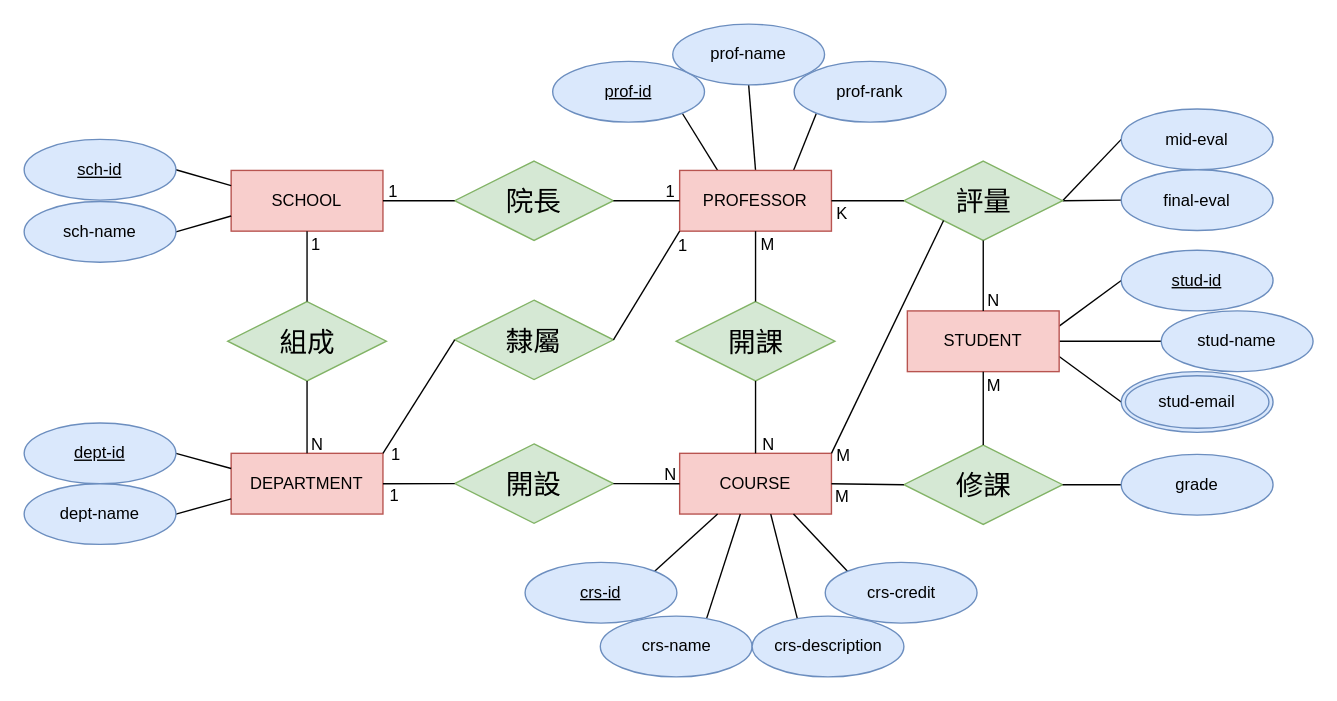
Before: page "校務教務資料庫3" (6 of 6) of HW1/HW1.drawio in alicejimmy/2022-Bioinformatics-and-Medical-Databases-HW, a draw.io diagram. Source tidied: cells renumbered, new cells numbered last; positions are measured from the earlier drawing's top-left corner, leaving out a move shared by most shapes. Both pictures are drawn from the tidied source at 138%, with x=0, y=0 at pixel (23, 23).
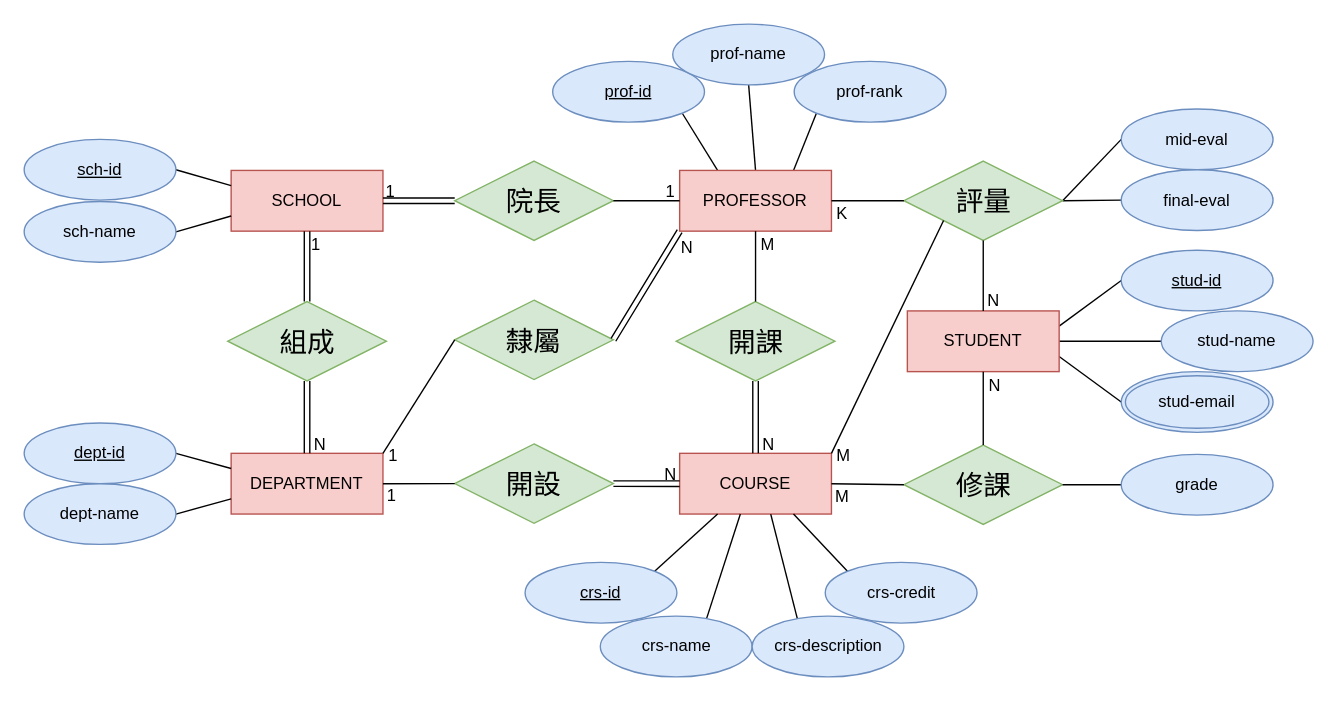
The same diagram, later.

Unchanged cells that the change refers to:
```xml
<mxCell id="2" value="SCHOOL" style="whiteSpace=wrap;html=1;align=center;fillColor=#f8cecc;strokeColor=#b85450;" parent="1" vertex="1">
  <mxGeometry x="150" y="106" width="110" height="44" as="geometry" />
</mxCell>
<mxCell id="7" value="DEPARTMENT" style="whiteSpace=wrap;html=1;align=center;fillColor=#f8cecc;strokeColor=#b85450;" parent="1" vertex="1">
  <mxGeometry x="150" y="311" width="110" height="44" as="geometry" />
</mxCell>
<mxCell id="12" value="COURSE" style="whiteSpace=wrap;html=1;align=center;fillColor=#f8cecc;strokeColor=#b85450;points=[[0,0,0,0,0],[0,0.25,0,0,0],[0,0.5,0,0,0],[0,0.75,0,0,0],[0,1,0,0,0],[0.25,0,0,0,0],[0.25,1,0,0,0],[0.4,1,0,0,0],[0.5,0,0,0,0],[0.5,1,0,0,0],[0.6,1,0,0,0],[0.75,0,0,0,0],[0.75,1,0,0,0],[1,0,0,0,0],[1,0.25,0,0,0],[1,0.5,0,0,0],[1,0.75,0,0,0],[1,1,0,0,0]];" parent="1" vertex="1">
  <mxGeometry x="475" y="311" width="110" height="44" as="geometry" />
</mxCell>
<mxCell id="23" value="PROFESSOR" style="whiteSpace=wrap;html=1;align=center;fillColor=#f8cecc;strokeColor=#b85450;" parent="1" vertex="1">
  <mxGeometry x="475" y="106" width="110" height="44" as="geometry" />
</mxCell>
<mxCell id="27" value="組成" style="shape=rhombus;perimeter=rhombusPerimeter;whiteSpace=wrap;html=1;align=center;shadow=0;labelBackgroundColor=none;sketch=0;fontSize=20;fillColor=#d5e8d4;strokeColor=#82b366;" parent="1" vertex="1">
  <mxGeometry x="147.5" y="201" width="115" height="57.5" as="geometry" />
</mxCell>
<mxCell id="32" value="開設" style="shape=rhombus;perimeter=rhombusPerimeter;whiteSpace=wrap;html=1;align=center;shadow=0;labelBackgroundColor=none;sketch=0;fontSize=20;fillColor=#d5e8d4;strokeColor=#82b366;" parent="1" vertex="1">
  <mxGeometry x="312" y="304.2" width="115" height="57.5" as="geometry" />
</mxCell>
<mxCell id="33" style="endArrow=none;html=1;rounded=0;exitX=0;exitY=0.5;exitDx=0;exitDy=0;entryX=1;entryY=0.5;entryDx=0;entryDy=0;" parent="1" edge="1" source="32" target="7">
  <mxGeometry relative="1" as="geometry" />
</mxCell>
<mxCell id="37" value="開課" style="shape=rhombus;perimeter=rhombusPerimeter;whiteSpace=wrap;html=1;align=center;shadow=0;labelBackgroundColor=none;sketch=0;fontSize=20;fillColor=#d5e8d4;strokeColor=#82b366;" parent="1" vertex="1">
  <mxGeometry x="472.5" y="201" width="115" height="57.5" as="geometry" />
</mxCell>
<mxCell id="49" value="院長" style="shape=rhombus;perimeter=rhombusPerimeter;whiteSpace=wrap;html=1;align=center;shadow=0;labelBackgroundColor=none;sketch=0;fontSize=20;fillColor=#d5e8d4;strokeColor=#82b366;" parent="1" vertex="1">
  <mxGeometry x="312" y="99.2" width="115" height="57.5" as="geometry" />
</mxCell>
<mxCell id="62" value="隸屬" style="shape=rhombus;perimeter=rhombusPerimeter;whiteSpace=wrap;html=1;align=center;shadow=0;labelBackgroundColor=none;sketch=0;fontSize=20;fillColor=#d5e8d4;strokeColor=#82b366;" parent="1" vertex="1">
  <mxGeometry x="312" y="200" width="115" height="57.5" as="geometry" />
</mxCell>
<mxCell id="72" style="endArrow=none;html=1;rounded=0;exitX=0.5;exitY=0;exitDx=0;exitDy=0;entryX=0.5;entryY=1;entryDx=0;entryDy=0;exitPerimeter=0;" parent="1" edge="1" source="42" target="16">
  <mxGeometry relative="1" as="geometry" />
</mxCell>
```

Diff of the diagram source:
```diff
@@
-    <mxCell id="28" style="endArrow=none;html=1;rounded=0;exitX=0.5;exitY=0;exitDx=0;exitDy=0;entryX=0.5;entryY=1;entryDx=0;entryDy=0;" parent="1" edge="1" source="27" target="2">
+    <mxCell id="28" style="endArrow=none;html=1;rounded=0;exitX=0.5;exitY=0;exitDx=0;exitDy=0;entryX=0.5;entryY=1;entryDx=0;entryDy=0;shape=link;" parent="1" edge="1" source="27" target="2">
       <mxGeometry relative="1" as="geometry" />
     </mxCell>
@@
-    <mxCell id="30" style="endArrow=none;html=1;rounded=0;exitX=0.5;exitY=1;exitDx=0;exitDy=0;entryX=0.5;entryY=0;entryDx=0;entryDy=0;" parent="1" edge="1" source="27" target="7">
+    <mxCell id="30" style="endArrow=none;html=1;rounded=0;exitX=0.5;exitY=1;exitDx=0;exitDy=0;entryX=0.5;entryY=0;entryDx=0;entryDy=0;shape=link;" parent="1" edge="1" source="27" target="7">
       <mxGeometry relative="1" as="geometry" />
     </mxCell>
     <mxCell id="31" value="N" style="html=1;align=right;verticalAlign=bottom;" parent="30" vertex="1">
       <mxGeometry x="1" relative="1" as="geometry">
-        <mxPoint x="12" y="1" as="offset" />
+        <mxPoint x="14" y="1" as="offset" />
       </mxGeometry>
     </mxCell>
@@
     <mxCell id="34" value="1" style="html=1;align=right;verticalAlign=bottom;" parent="33" vertex="1">
       <mxGeometry x="1" relative="1" as="geometry">
-        <mxPoint x="12" y="17" as="offset" />
+        <mxPoint x="10" y="17" as="offset" />
       </mxGeometry>
     </mxCell>
-    <mxCell id="35" style="endArrow=none;html=1;rounded=0;exitX=1;exitY=0.5;exitDx=0;exitDy=0;entryX=0;entryY=0.5;entryDx=0;entryDy=0;" parent="1" edge="1" source="32" target="12">
+    <mxCell id="35" style="endArrow=none;html=1;rounded=0;exitX=1;exitY=0.5;exitDx=0;exitDy=0;entryX=0;entryY=0.5;entryDx=0;entryDy=0;shape=link;" parent="1" edge="1" source="32" target="12">
       <mxGeometry relative="1" as="geometry" />
     </mxCell>
@@
-    <mxCell id="38" style="endArrow=none;html=1;rounded=0;exitX=0.5;exitY=1;exitDx=0;exitDy=0;entryX=0.5;entryY=0;entryDx=0;entryDy=0;" parent="1" edge="1" source="37" target="12">
+    <mxCell id="38" style="endArrow=none;html=1;rounded=0;exitX=0.5;exitY=1;exitDx=0;exitDy=0;entryX=0.5;entryY=0;entryDx=0;entryDy=0;shape=link;" parent="1" edge="1" source="37" target="12">
       <mxGeometry relative="1" as="geometry" />
     </mxCell>
@@
-    <mxCell id="52" style="endArrow=none;html=1;rounded=0;exitX=0;exitY=0.5;exitDx=0;exitDy=0;entryX=1;entryY=0.5;entryDx=0;entryDy=0;" parent="1" edge="1" source="49" target="2">
+    <mxCell id="52" style="endArrow=none;html=1;rounded=0;exitX=0;exitY=0.5;exitDx=0;exitDy=0;entryX=1;entryY=0.5;entryDx=0;entryDy=0;shape=link;" parent="1" edge="1" source="49" target="2">
       <mxGeometry relative="1" as="geometry" />
     </mxCell>
     <mxCell id="53" value="1" style="html=1;align=right;verticalAlign=bottom;" parent="52" vertex="1">
       <mxGeometry x="1" relative="1" as="geometry">
-        <mxPoint x="11" y="2" as="offset" />
+        <mxPoint x="9" y="2" as="offset" />
       </mxGeometry>
     </mxCell>
@@
-    <mxCell id="65" style="endArrow=none;html=1;rounded=0;exitX=1;exitY=0.5;exitDx=0;exitDy=0;entryX=0;entryY=1;entryDx=0;entryDy=0;" parent="1" edge="1" source="62" target="23">
+    <mxCell id="65" style="endArrow=none;html=1;rounded=0;exitX=1;exitY=0.5;exitDx=0;exitDy=0;entryX=0;entryY=1;entryDx=0;entryDy=0;shape=link;" parent="1" edge="1" source="62" target="23">
       <mxGeometry relative="1" as="geometry" />
     </mxCell>
-    <mxCell id="66" value="1" style="html=1;align=right;verticalAlign=bottom;" parent="65" vertex="1">
+    <mxCell id="66" value="N" style="html=1;align=right;verticalAlign=bottom;" parent="65" vertex="1">
       <mxGeometry x="1" relative="1" as="geometry">
-        <mxPoint x="6" y="19" as="offset" />
+        <mxPoint x="10" y="20" as="offset" />
       </mxGeometry>
     </mxCell>
     <mxCell id="67" value="1" style="html=1;align=right;verticalAlign=bottom;" parent="1" vertex="1">
-      <mxGeometry x="273" y="319.5" as="geometry" />
+      <mxGeometry x="271" y="320.5" as="geometry" />
     </mxCell>
@@
-    <mxCell id="73" value="M" style="html=1;align=right;verticalAlign=bottom;" parent="72" vertex="1">
+    <mxCell id="73" value="N" style="html=1;align=right;verticalAlign=bottom;" parent="72" vertex="1">
       <mxGeometry x="1" relative="1" as="geometry">
         <mxPoint x="13" y="18" as="offset" />
       </mxGeometry>
     </mxCell>
```
